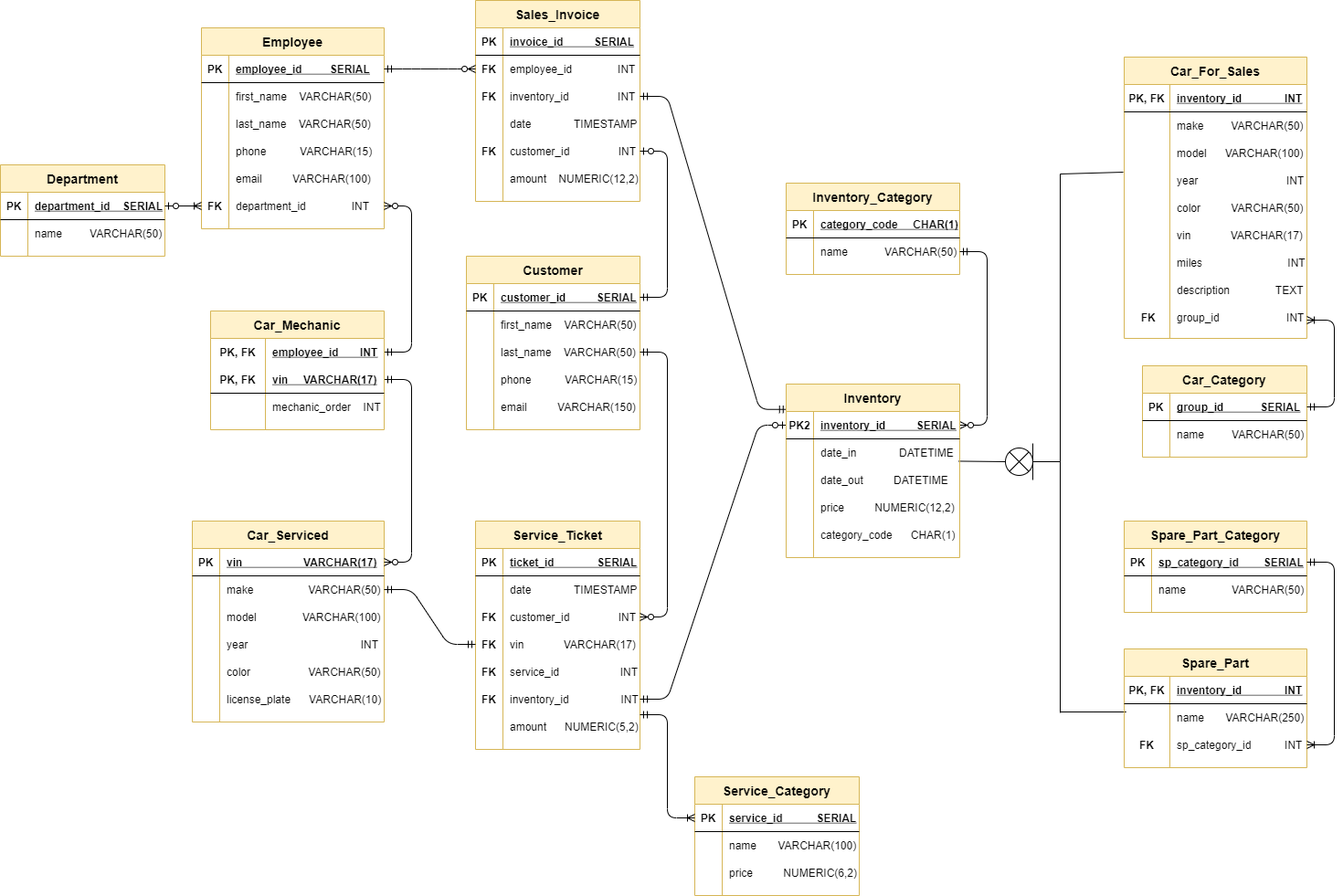
This is car_dealer_ERD.png from thuphung92/Car_Dealership_Database_Project, a draw.io export, as it was before one commit. Source tidied: cells renumbered, new cells last; positions are measured from the earlier drawing's top-left corner, leaving out a move shared by most shapes.
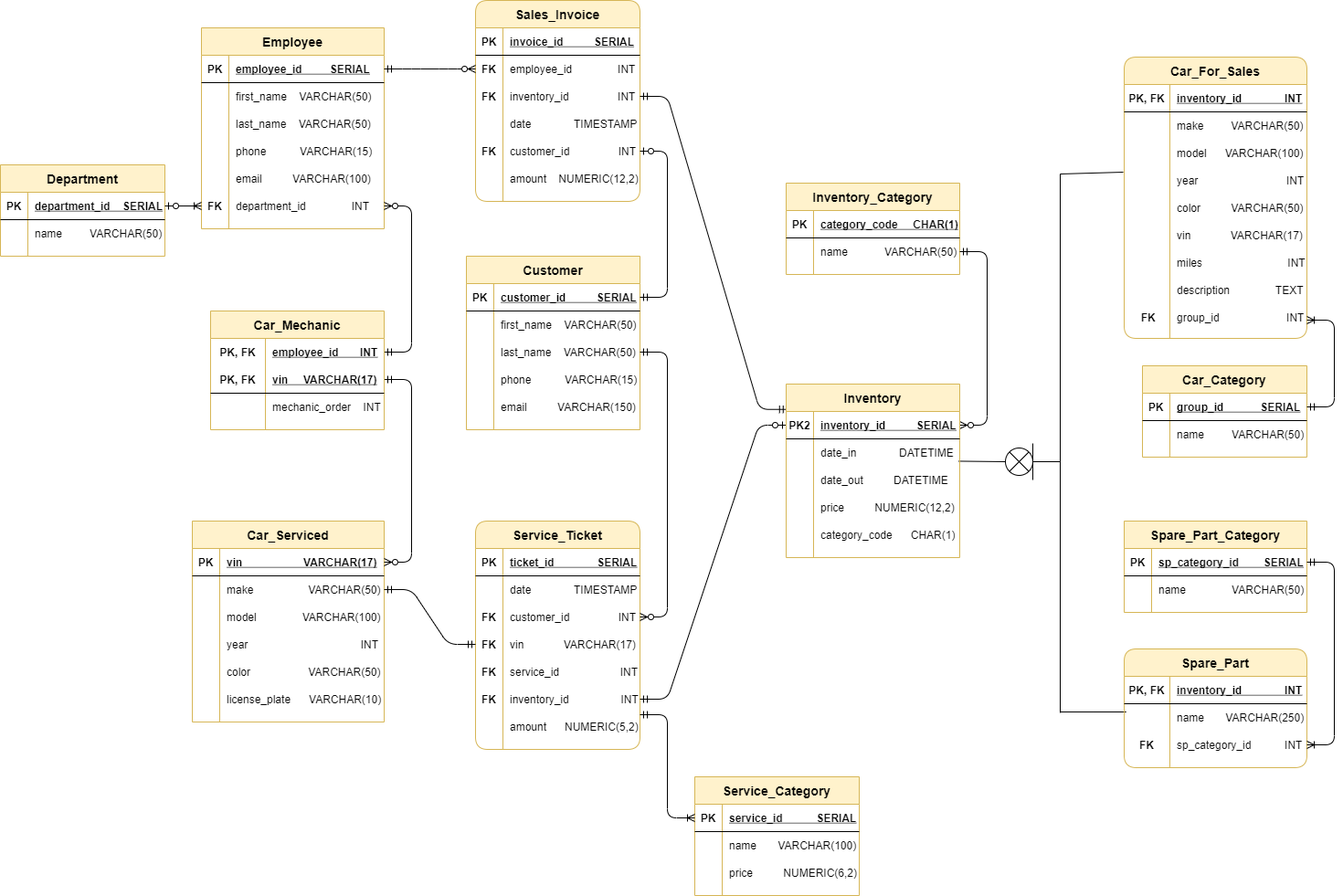
Above is the later version.

Commit message:
rounded some tables to reflect weak relationships

What changed in the source:
```diff
@@ -107,7 +107,7 @@
     <mxCell id="36" value="email          VARCHAR(150)" style="shape=partialRectangle;fillColor=none;top=0;left=0;bottom=0;right=0;align=left;spacingLeft=6;overflow=hidden;" parent="34" vertex="1">
       <mxGeometry x="30" width="160" height="30" as="geometry" />
     </mxCell>
-    <mxCell id="37" value="Sales_Invoice" style="shape=table;startSize=30;rowLines=0;fontStyle=1;align=center;fillColor=#fff2cc;strokeColor=#d6b656;fontSize=14;" parent="1" vertex="1">
+    <mxCell id="37" value="Sales_Invoice" style="shape=table;startSize=30;rowLines=0;fontStyle=1;align=center;fillColor=#fff2cc;strokeColor=#d6b656;fontSize=14;rounded=1;" parent="1" vertex="1">
       <mxGeometry x="520" width="180" height="220" as="geometry" />
     </mxCell>
     <mxCell id="38" style="shape=partialRectangle;fillColor=none;top=0;left=0;bottom=1;right=0;" parent="37" vertex="1">
@@ -254,7 +254,7 @@
     <mxCell id="85" style="edgeStyle=entityRelationEdgeStyle;fontSize=12;html=1;endArrow=ERzeroToOne;startArrow=ERmandOne;entryX=1;entryY=0.5;entryDx=0;entryDy=0;exitX=1;exitY=0.5;exitDx=0;exitDy=0;" parent="1" edge="1" source="22" target="50">
       <mxGeometry relative="1" as="geometry" />
     </mxCell>
-    <mxCell id="86" value="Service_Ticket" style="shape=table;startSize=30;rowLines=0;fontStyle=1;align=center;fillColor=#fff2cc;strokeColor=#d6b656;fontSize=14;" parent="1" vertex="1">
+    <mxCell id="86" value="Service_Ticket" style="shape=table;startSize=30;rowLines=0;fontStyle=1;align=center;fillColor=#fff2cc;strokeColor=#d6b656;fontSize=14;rounded=1;" parent="1" vertex="1">
       <mxGeometry x="520" y="570" width="180" height="250" as="geometry" />
     </mxCell>
     <mxCell id="87" style="shape=partialRectangle;fillColor=none;top=0;left=0;bottom=1;right=0;" parent="86" vertex="1">
@@ -457,7 +457,7 @@
     <mxCell id="148" style="edgeStyle=entityRelationEdgeStyle;fontSize=12;html=1;endArrow=ERmandOne;startArrow=ERmandOne;exitX=1;exitY=0.5;exitDx=0;exitDy=0;entryX=0;entryY=0.5;entryDx=0;entryDy=0;" parent="1" edge="1" source="70" target="96">
       <mxGeometry relative="1" as="geometry" />
     </mxCell>
-    <mxCell id="149" value="Spare_Part" style="shape=table;startSize=30;rowLines=0;fontStyle=1;align=center;fillColor=#fff2cc;strokeColor=#d6b656;fontSize=14;" parent="1" vertex="1">
+    <mxCell id="149" value="Spare_Part" style="shape=table;startSize=30;rowLines=0;fontStyle=1;align=center;fillColor=#fff2cc;strokeColor=#d6b656;fontSize=14;rounded=1;" parent="1" vertex="1">
       <mxGeometry x="1230" y="710" width="200" height="130" as="geometry" />
     </mxCell>
     <mxCell id="150" style="shape=partialRectangle;fillColor=none;top=0;left=0;bottom=1;right=0;" parent="149" vertex="1">
@@ -487,7 +487,7 @@
     <mxCell id="158" value="sp_category_id           INT" style="shape=partialRectangle;fillColor=none;top=0;left=0;bottom=0;right=0;align=left;spacingLeft=6;overflow=hidden;" parent="156" vertex="1">
       <mxGeometry x="50" width="150" height="30" as="geometry" />
     </mxCell>
-    <mxCell id="159" value="Car_For_Sales" style="shape=table;startSize=30;rowLines=0;fontStyle=1;align=center;fillColor=#fff2cc;strokeColor=#d6b656;fontSize=14;" parent="1" vertex="1">
+    <mxCell id="159" value="Car_For_Sales" style="shape=table;startSize=30;rowLines=0;fontStyle=1;align=center;fillColor=#fff2cc;strokeColor=#d6b656;fontSize=14;rounded=1;" parent="1" vertex="1">
       <mxGeometry x="1230" y="62" width="200" height="308" as="geometry" />
     </mxCell>
     <mxCell id="160" style="shape=partialRectangle;fillColor=none;top=0;left=0;bottom=1;right=0;" parent="159" vertex="1">
```
